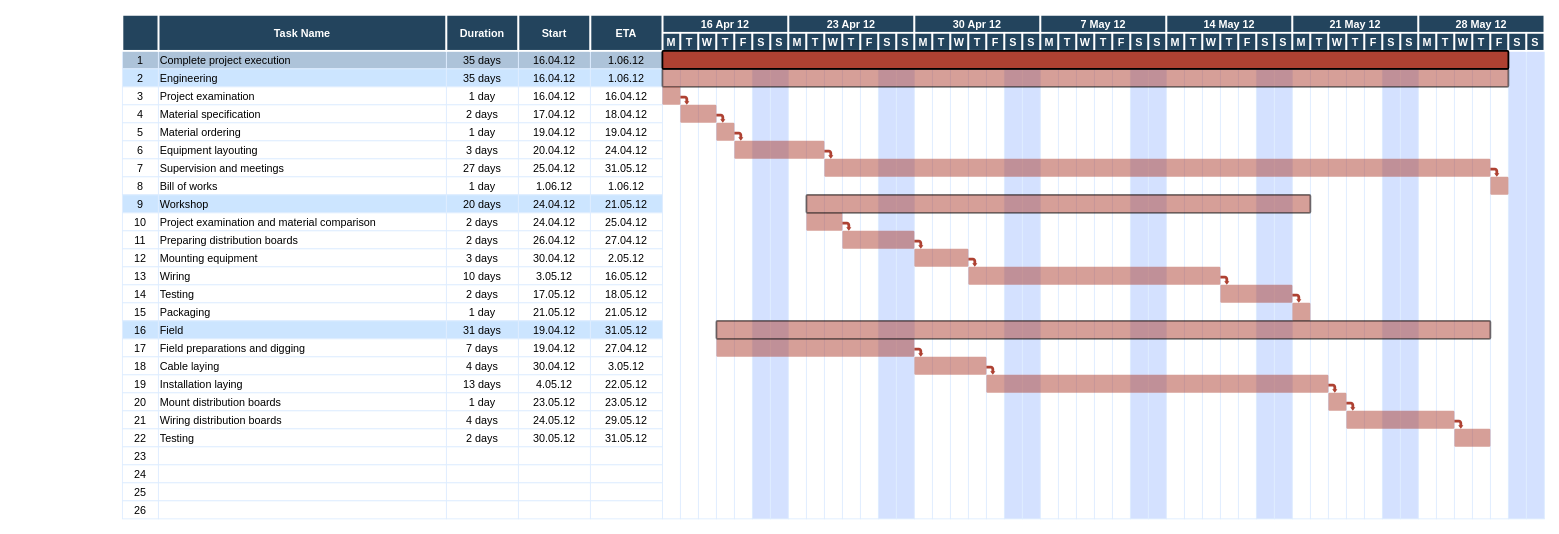
The draw.io diagram Untitled Diagram.drawio in dpqiao/first, before the edit. Source tidied: cells renumbered, new cells numbered last; positions are measured from the earlier drawing's top-left corner, leaving out a move shared by most shapes. Both pictures are drawn from the tidied source at 90%, with x=0, y=0 at pixel (122, 14).
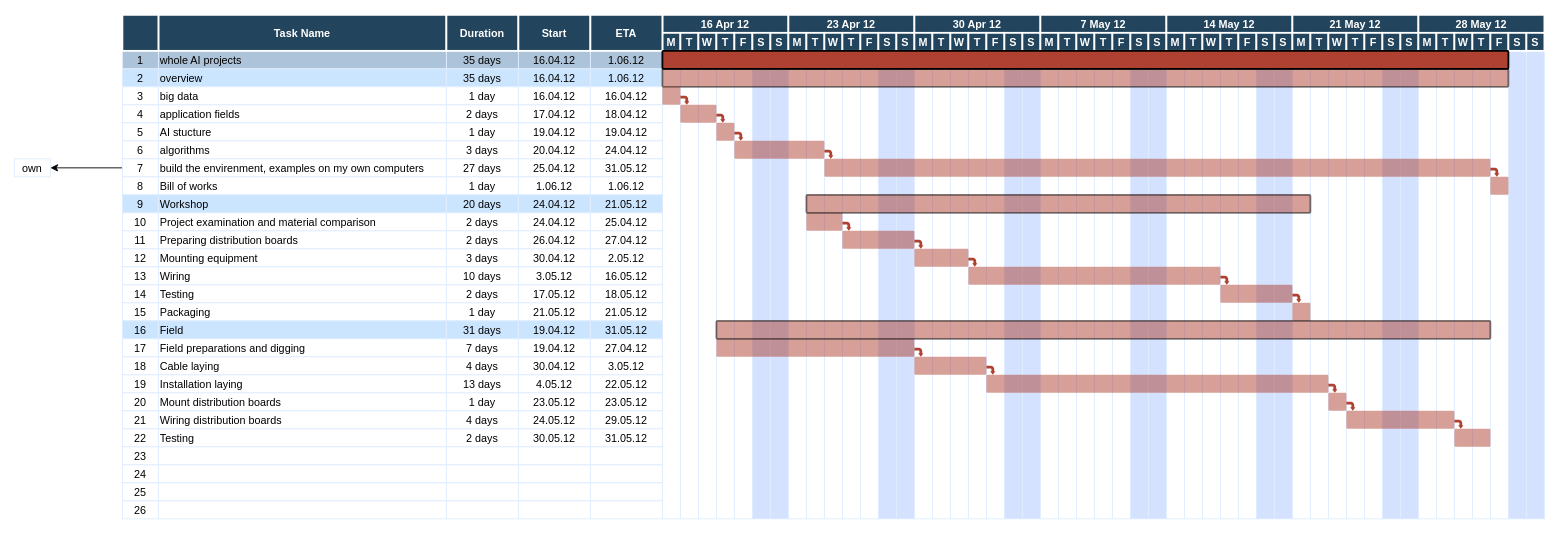
The same page after the edit.

Unchanged cells that the change refers to:
```xml
<mxCell id="33" value="7" style="strokeColor=#DEEDFF;" parent="1" vertex="1">
  <mxGeometry x="0.5" y="160" width="40" height="20" as="geometry" />
</mxCell>
```

The edit, as a diff of the source:
```diff
@@
-    <mxCell id="3" value="Complete project execution" style="align=left;strokeColor=#DEEDFF;fillColor=#ADC3D9;" parent="1" vertex="1">
+    <mxCell id="3" value="whole AI projects" style="align=left;strokeColor=#DEEDFF;fillColor=#ADC3D9;" parent="1" vertex="1">
       <mxGeometry x="40.5" y="40" width="320" height="20" as="geometry" />
     </mxCell>
@@
-    <mxCell id="9" value="Engineering" style="align=left;strokeColor=#DEEDFF;fillColor=#CCE5FF;" parent="1" vertex="1">
+    <mxCell id="9" value="overview" style="align=left;strokeColor=#DEEDFF;fillColor=#CCE5FF;" parent="1" vertex="1">
       <mxGeometry x="40.5" y="60" width="320" height="20" as="geometry" />
     </mxCell>
@@
-    <mxCell id="14" value="Project examination" style="align=left;strokeColor=#DEEDFF;" parent="1" vertex="1">
+    <mxCell id="14" value="big data" style="align=left;strokeColor=#DEEDFF;" parent="1" vertex="1">
       <mxGeometry x="40.5" y="80" width="320" height="20" as="geometry" />
     </mxCell>
@@
-    <mxCell id="19" value="Material specification" style="align=left;strokeColor=#DEEDFF;" parent="1" vertex="1">
+    <mxCell id="19" value="application fields" style="align=left;strokeColor=#DEEDFF;" parent="1" vertex="1">
       <mxGeometry x="40.5" y="100" width="320" height="20" as="geometry" />
     </mxCell>
@@
-    <mxCell id="24" value="Material ordering" style="align=left;strokeColor=#DEEDFF;" parent="1" vertex="1">
+    <mxCell id="24" value="AI stucture" style="align=left;strokeColor=#DEEDFF;" parent="1" vertex="1">
       <mxGeometry x="40.5" y="120" width="320" height="20" as="geometry" />
     </mxCell>
@@
-    <mxCell id="29" value="Equipment layouting" style="align=left;strokeColor=#DEEDFF;" parent="1" vertex="1">
+    <mxCell id="29" value="algorithms" style="align=left;strokeColor=#DEEDFF;" parent="1" vertex="1">
       <mxGeometry x="40.5" y="140" width="320" height="20" as="geometry" />
     </mxCell>
@@
+    <mxCell id="279" style="edgeStyle=orthogonalEdgeStyle;rounded=0;jettySize=auto;html=1;" parent="1" edge="1" source="33" target="280">
+      <mxGeometry relative="1" as="geometry" />
+    </mxCell>
@@
+    <mxCell id="280" value="own" style="strokeColor=#DEEDFF;" parent="1" vertex="1">
+      <mxGeometry x="-119.5" y="160" width="40" height="20" as="geometry" />
+    </mxCell>
-    <mxCell id="34" value="Supervision and meetings" style="align=left;strokeColor=#DEEDFF;" parent="1" vertex="1">
+    <mxCell id="34" value="build the envirenment, examples on my own computers" style="align=left;strokeColor=#DEEDFF;" parent="1" vertex="1">
       <mxGeometry x="40.5" y="160" width="320" height="20" as="geometry" />
     </mxCell>
```
